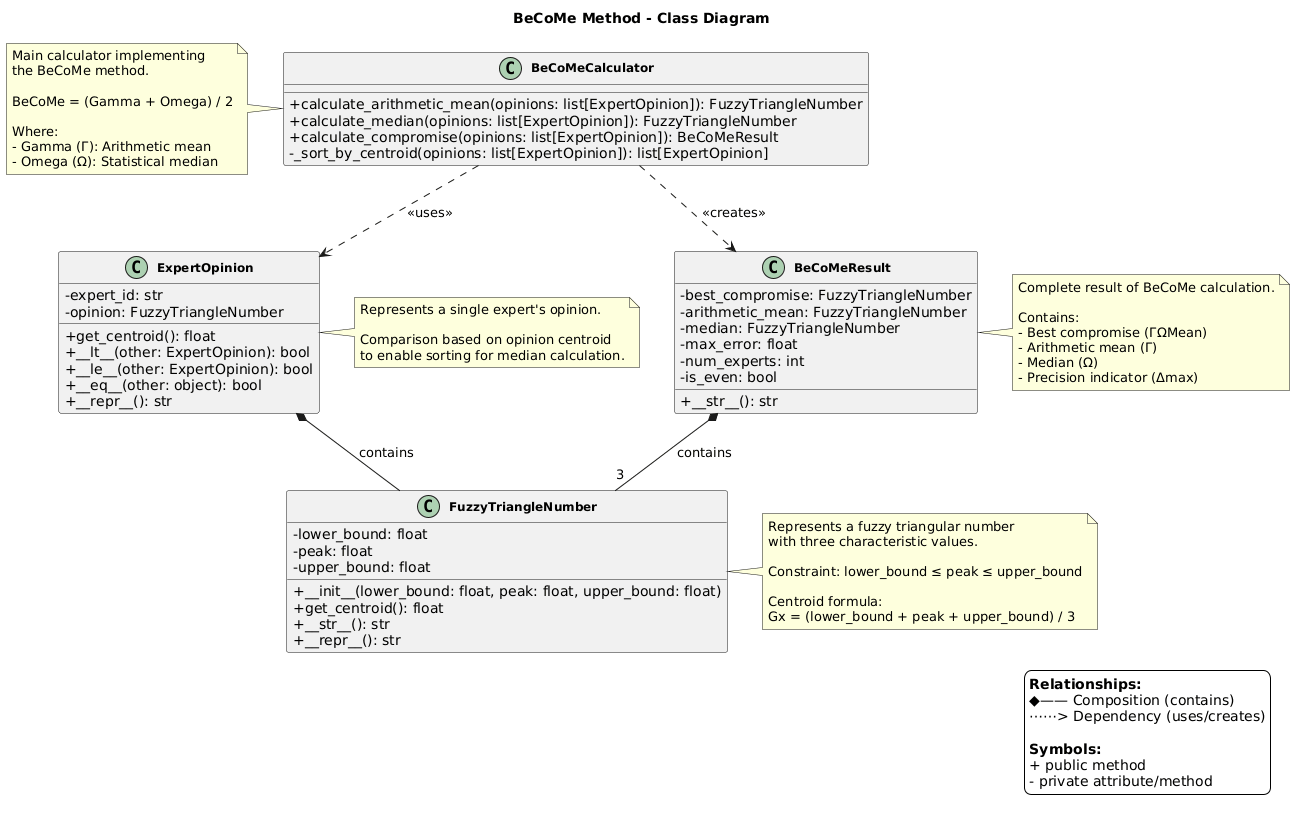
Earlier version of the PlantUML export docs/uml-diagrams/en/diagrams/png/class-diagram.png (caitlon/BeCoMe).
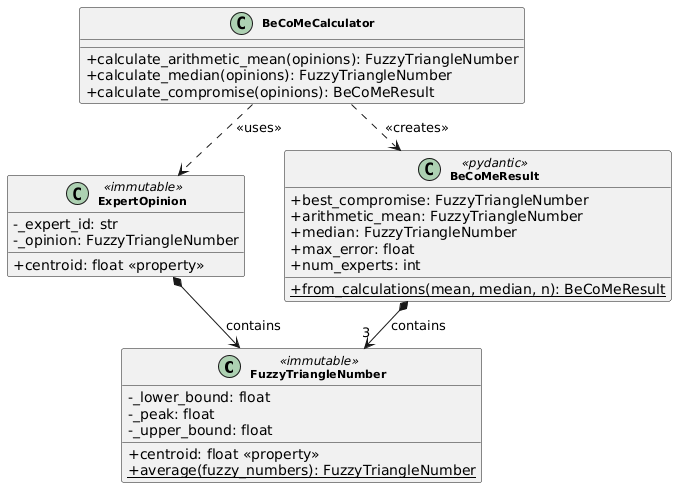
The same file after the commit.

Commit message:
docs: update EN class diagrams to match CS structure and add patterns diagram

Change to the diagram source:
```diff
@@ -1,102 +1,50 @@
 @startuml
 skinparam classAttributeIconSize 0
-skinparam classFontSize 12
+skinparam classFontSize 11
 skinparam classFontStyle bold
 skinparam backgroundColor #FFFFFF
 skinparam shadowing false
+skinparam nodesep 40
+skinparam ranksep 30
 
-title BeCoMe Method - Class Diagram
+top to bottom direction
 
-class FuzzyTriangleNumber {
-    - lower_bound: float
-    - peak: float
-    - upper_bound: float
 
-    + __init__(lower_bound: float, peak: float, upper_bound: float)
-    + get_centroid(): float
-    + __str__(): str
-    + __repr__(): str
+class FuzzyTriangleNumber <<immutable>> {
+    - _lower_bound: float
+    - _peak: float
+    - _upper_bound: float
+    __
+    + centroid: float <<property>>
+    + {static} average(fuzzy_numbers): FuzzyTriangleNumber
 }
 
-note right of FuzzyTriangleNumber
-    Represents a fuzzy triangular number
-    with three characteristic values.
-
-    Constraint: lower_bound ≤ peak ≤ upper_bound
-
-    Centroid formula:
-    Gx = (lower_bound + peak + upper_bound) / 3
-end note
-
-class ExpertOpinion {
-    - expert_id: str
-    - opinion: FuzzyTriangleNumber
-
-    + get_centroid(): float
-    + __lt__(other: ExpertOpinion): bool
-    + __le__(other: ExpertOpinion): bool
-    + __eq__(other: object): bool
-    + __repr__(): str
+class ExpertOpinion <<immutable>> {
+    - _expert_id: str
+    - _opinion: FuzzyTriangleNumber
+    __
+    + centroid: float <<property>>
 }
 
-note right of ExpertOpinion
-    Represents a single expert's opinion.
-
-    Comparison based on opinion centroid
-    to enable sorting for median calculation.
-end note
-
 class BeCoMeCalculator {
-    + calculate_arithmetic_mean(opinions: list[ExpertOpinion]): FuzzyTriangleNumber
-    + calculate_median(opinions: list[ExpertOpinion]): FuzzyTriangleNumber
-    + calculate_compromise(opinions: list[ExpertOpinion]): BeCoMeResult
-    - _sort_by_centroid(opinions: list[ExpertOpinion]): list[ExpertOpinion]
+    + calculate_arithmetic_mean(opinions): FuzzyTriangleNumber
+    + calculate_median(opinions): FuzzyTriangleNumber
+    + calculate_compromise(opinions): BeCoMeResult
 }
 
-note left of BeCoMeCalculator
-    Main calculator implementing
-    the BeCoMe method.
-
-    BeCoMe = (Gamma + Omega) / 2
-
-    Where:
-    - Gamma (Γ): Arithmetic mean
-    - Omega (Ω): Statistical median
-end note
-
-class BeCoMeResult {
-    - best_compromise: FuzzyTriangleNumber
-    - arithmetic_mean: FuzzyTriangleNumber
-    - median: FuzzyTriangleNumber
-    - max_error: float
-    - num_experts: int
-    - is_even: bool
-
-    + __str__(): str
+class BeCoMeResult <<pydantic>> {
+    + best_compromise: FuzzyTriangleNumber
+    + arithmetic_mean: FuzzyTriangleNumber
+    + median: FuzzyTriangleNumber
+    + max_error: float
+    + num_experts: int
+    __
+    + {static} from_calculations(mean, median, n): BeCoMeResult
 }
 
-note right of BeCoMeResult
-    Complete result of BeCoMe calculation.
 
-    Contains:
-    - Best compromise (ΓΩMean)
-    - Arithmetic mean (Γ)
-    - Median (Ω)
-    - Precision indicator (Δmax)
-end note
-
-ExpertOpinion *-- FuzzyTriangleNumber : contains
+ExpertOpinion *--> FuzzyTriangleNumber : contains
+BeCoMeResult *--> "3" FuzzyTriangleNumber : contains
 BeCoMeCalculator ..> ExpertOpinion : <<uses>>
 BeCoMeCalculator ..> BeCoMeResult : <<creates>>
-BeCoMeResult *-- "3" FuzzyTriangleNumber : contains
-
-legend bottom right
-    **Relationships:**
-    ◆—— Composition (contains)
-    ⋯⋯> Dependency (uses/creates)
-
-    **Symbols:**
-    + public method
-    - private attribute/method
-endlegend
 @enduml
```
